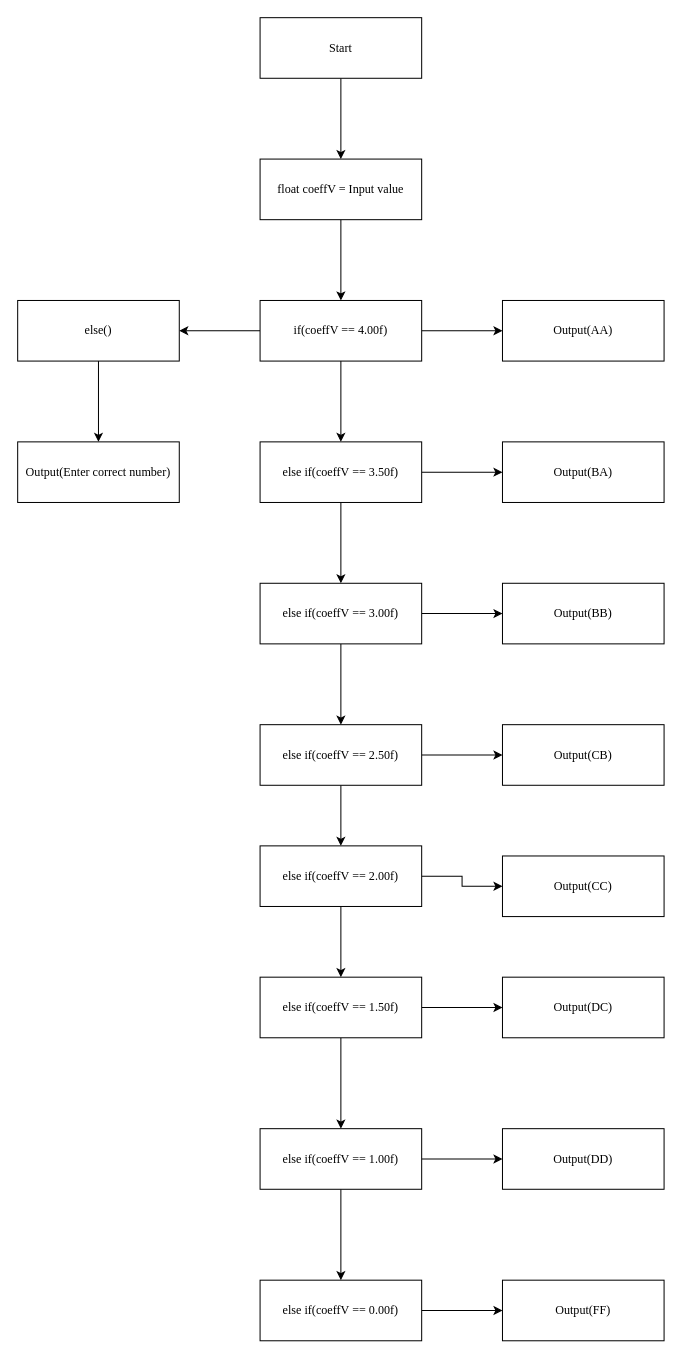
skrudgemacdac/HomeWork keeps this draw.io diagram as AlgorithmHW.drawio. Above is the earlier version. Source tidied: cells renumbered, new cells numbered last; positions are measured from the earlier drawing's top-left corner, leaving out a move shared by most shapes. Both pictures are drawn from the tidied source at 101%, with x=0, y=0 at pixel (17, 17).
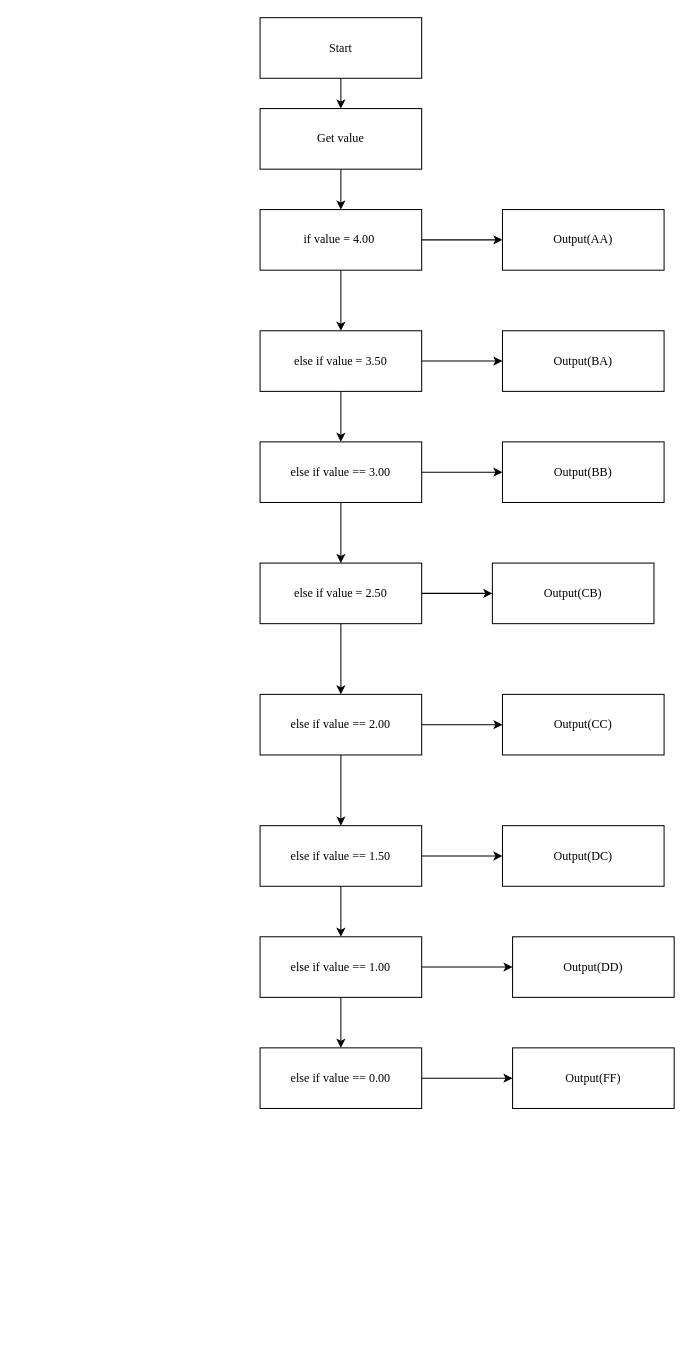
The same diagram, later.

The edit, as a diff of the source:
```diff
@@
-    <mxCell id="5" value="float coeffV = Input value" style="rounded=0;whiteSpace=wrap;html=1;fontFamily=Times New Roman;" parent="1" vertex="1">
-      <mxGeometry x="240" y="140" width="160" height="60" as="geometry" />
+    <mxCell id="5" value="Get value" style="rounded=0;whiteSpace=wrap;html=1;fontFamily=Times New Roman;" parent="1" vertex="1">
+      <mxGeometry x="240" y="90" width="160" height="60" as="geometry" />
     </mxCell>
@@
-    <mxCell id="8" style="edgeStyle=orthogonalEdgeStyle;rounded=0;jettySize=auto;html=1;" parent="1" edge="1" source="9" target="39">
-      <mxGeometry relative="1" as="geometry" />
-    </mxCell>
-    <mxCell id="9" value="if(coeffV == 4.00f)" style="rounded=0;whiteSpace=wrap;html=1;fontFamily=Times New Roman;" parent="1" vertex="1">
-      <mxGeometry x="240" y="280" width="160" height="60" as="geometry" />
+    <mxCell id="9" value="if value = 4.00&amp;nbsp;" style="rounded=0;whiteSpace=wrap;html=1;fontFamily=Times New Roman;" parent="1" vertex="1">
+      <mxGeometry x="240" y="190" width="160" height="60" as="geometry" />
     </mxCell>
     <mxCell id="10" value="Output(AA)" style="rounded=0;whiteSpace=wrap;html=1;fontFamily=Times New Roman;" parent="1" vertex="1">
-      <mxGeometry x="480" y="280" width="160" height="60" as="geometry" />
+      <mxGeometry x="480" y="190" width="160" height="60" as="geometry" />
     </mxCell>
@@
-    <mxCell id="13" value="else if(coeffV == 3.50f)" style="rounded=0;whiteSpace=wrap;html=1;fontFamily=Times New Roman;" parent="1" vertex="1">
-      <mxGeometry x="240" y="420" width="160" height="60" as="geometry" />
+    <mxCell id="13" value="else if value = 3.50" style="rounded=0;whiteSpace=wrap;html=1;fontFamily=Times New Roman;" parent="1" vertex="1">
+      <mxGeometry x="240" y="310" width="160" height="60" as="geometry" />
     </mxCell>
     <mxCell id="14" value="Output(BA)" style="rounded=0;whiteSpace=wrap;html=1;fontFamily=Times New Roman;" parent="1" vertex="1">
-      <mxGeometry x="480" y="420" width="160" height="60" as="geometry" />
+      <mxGeometry x="480" y="310" width="160" height="60" as="geometry" />
     </mxCell>
@@
-    <mxCell id="17" value="else if(coeffV == 3.00f)" style="rounded=0;whiteSpace=wrap;html=1;fontFamily=Times New Roman;" parent="1" vertex="1">
-      <mxGeometry x="240" y="560" width="160" height="60" as="geometry" />
+    <mxCell id="17" value="else if value == 3.00" style="rounded=0;whiteSpace=wrap;html=1;fontFamily=Times New Roman;" parent="1" vertex="1">
+      <mxGeometry x="240" y="420" width="160" height="60" as="geometry" />
     </mxCell>
     <mxCell id="18" value="Output(BB)" style="rounded=0;whiteSpace=wrap;html=1;fontFamily=Times New Roman;" parent="1" vertex="1">
-      <mxGeometry x="480" y="560" width="160" height="60" as="geometry" />
+      <mxGeometry x="480" y="420" width="160" height="60" as="geometry" />
     </mxCell>
@@
-    <mxCell id="21" value="else if(coeffV == 2.50f)" style="rounded=0;whiteSpace=wrap;html=1;fontFamily=Times New Roman;" parent="1" vertex="1">
-      <mxGeometry x="240" y="700" width="160" height="60" as="geometry" />
+    <mxCell id="21" value="else if value = 2.50" style="rounded=0;whiteSpace=wrap;html=1;fontFamily=Times New Roman;" parent="1" vertex="1">
+      <mxGeometry x="240" y="540" width="160" height="60" as="geometry" />
     </mxCell>
     <mxCell id="22" value="Output(CB)" style="rounded=0;whiteSpace=wrap;html=1;fontFamily=Times New Roman;" parent="1" vertex="1">
-      <mxGeometry x="480" y="700" width="160" height="60" as="geometry" />
+      <mxGeometry x="470" y="540" width="160" height="60" as="geometry" />
     </mxCell>
@@
-    <mxCell id="25" value="else if(coeffV == 2.00f)" style="rounded=0;whiteSpace=wrap;html=1;fontFamily=Times New Roman;" parent="1" vertex="1">
-      <mxGeometry x="240" y="820" width="160" height="60" as="geometry" />
+    <mxCell id="25" value="else if value == 2.00" style="rounded=0;whiteSpace=wrap;html=1;fontFamily=Times New Roman;" parent="1" vertex="1">
+      <mxGeometry x="240" y="670" width="160" height="60" as="geometry" />
     </mxCell>
     <mxCell id="26" value="Output(CC)" style="rounded=0;whiteSpace=wrap;html=1;fontFamily=Times New Roman;" parent="1" vertex="1">
-      <mxGeometry x="480" y="830" width="160" height="60" as="geometry" />
+      <mxGeometry x="480" y="670" width="160" height="60" as="geometry" />
     </mxCell>
@@
-    <mxCell id="29" value="else if(coeffV == 1.50f)" style="rounded=0;whiteSpace=wrap;html=1;fontFamily=Times New Roman;" parent="1" vertex="1">
-      <mxGeometry x="240" y="950" width="160" height="60" as="geometry" />
+    <mxCell id="29" value="else if value == 1.50" style="rounded=0;whiteSpace=wrap;html=1;fontFamily=Times New Roman;" parent="1" vertex="1">
+      <mxGeometry x="240" y="800" width="160" height="60" as="geometry" />
     </mxCell>
@@
-    <mxCell id="32" value="else if(coeffV == 1.00f)" style="rounded=0;whiteSpace=wrap;html=1;fontFamily=Times New Roman;" parent="1" vertex="1">
-      <mxGeometry x="240" y="1100" width="160" height="60" as="geometry" />
+    <mxCell id="32" value="else if value == 1.00" style="rounded=0;whiteSpace=wrap;html=1;fontFamily=Times New Roman;" parent="1" vertex="1">
+      <mxGeometry x="240" y="910" width="160" height="60" as="geometry" />
     </mxCell>
     <mxCell id="33" value="Output(DC)" style="rounded=0;whiteSpace=wrap;html=1;fontFamily=Times New Roman;" parent="1" vertex="1">
-      <mxGeometry x="480" y="950" width="160" height="60" as="geometry" />
+      <mxGeometry x="480" y="800" width="160" height="60" as="geometry" />
     </mxCell>
     <mxCell id="34" value="Output(DD)" style="rounded=0;whiteSpace=wrap;html=1;fontFamily=Times New Roman;" parent="1" vertex="1">
-      <mxGeometry x="480" y="1100" width="160" height="60" as="geometry" />
+      <mxGeometry x="490" y="910" width="160" height="60" as="geometry" />
     </mxCell>
@@
-    <mxCell id="36" value="else if(coeffV == 0.00f)" style="rounded=0;whiteSpace=wrap;html=1;fontFamily=Times New Roman;" parent="1" vertex="1">
-      <mxGeometry x="240" y="1250" width="160" height="60" as="geometry" />
+    <mxCell id="36" value="else if value == 0.00" style="rounded=0;whiteSpace=wrap;html=1;fontFamily=Times New Roman;" parent="1" vertex="1">
+      <mxGeometry x="240" y="1020" width="160" height="60" as="geometry" />
     </mxCell>
     <mxCell id="37" value="Output(FF)" style="rounded=0;whiteSpace=wrap;html=1;fontFamily=Times New Roman;" parent="1" vertex="1">
-      <mxGeometry x="480" y="1250" width="160" height="60" as="geometry" />
+      <mxGeometry x="490" y="1020" width="160" height="60" as="geometry" />
     </mxCell>
-    <mxCell id="38" style="edgeStyle=orthogonalEdgeStyle;rounded=0;jettySize=auto;html=1;" parent="1" edge="1" source="39" target="40">
-      <mxGeometry relative="1" as="geometry" />
-    </mxCell>
-    <mxCell id="39" value="else()" style="rounded=0;whiteSpace=wrap;html=1;fontFamily=Times New Roman;" parent="1" vertex="1">
-      <mxGeometry y="280" width="160" height="60" as="geometry" />
-    </mxCell>
-    <mxCell id="40" value="Output(Enter correct number)" style="rounded=0;whiteSpace=wrap;html=1;fontFamily=Times New Roman;" parent="1" vertex="1">
-      <mxGeometry y="420" width="160" height="60" as="geometry" />
-    </mxCell>
```
